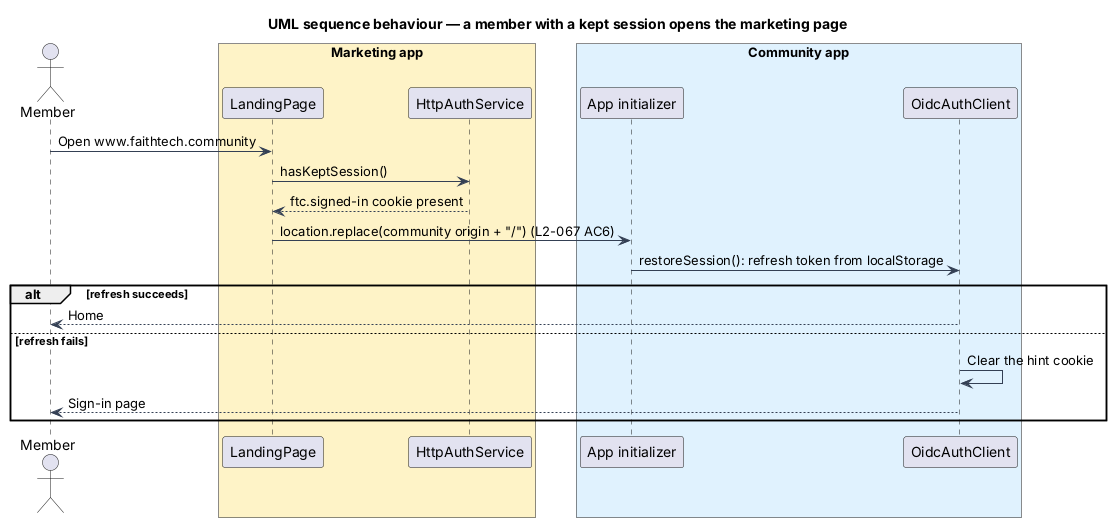
QuinntyneBrown/faithtech-community keeps this PlantUML diagram as docs/detailed-designs/marketing/landing-page/diagrams/sequence-signed-in-visitor.png. Above is the earlier version. The source it was exported from:
```plantuml
@startuml
title UML sequence behaviour — a member with a kept session opens the marketing page
skinparam backgroundColor #FFFFFF
skinparam shadowing false
skinparam defaultFontName Arial
skinparam ArrowColor #344054
actor "Member" as actor
box "Marketing app" #FEF3C7
  participant "LandingPage" as page
  participant "HttpAuthService" as auth
end box
box "Community app" #E0F2FE
  participant "App initializer" as init
  participant "OidcAuthClient" as client
end box
actor -> page : Open www.faithtech.community
page -> auth : hasKeptSession()
auth --> page : ftc.signed-in cookie present
page -> init : location.replace(community origin + "/") (L2-067 AC6)
init -> client : restoreSession(): refresh token from localStorage
alt refresh succeeds
  client --> actor : Home
else refresh fails
  client -> client : Clear the hint cookie
  client --> actor : Sign-in page
end
@enduml
```
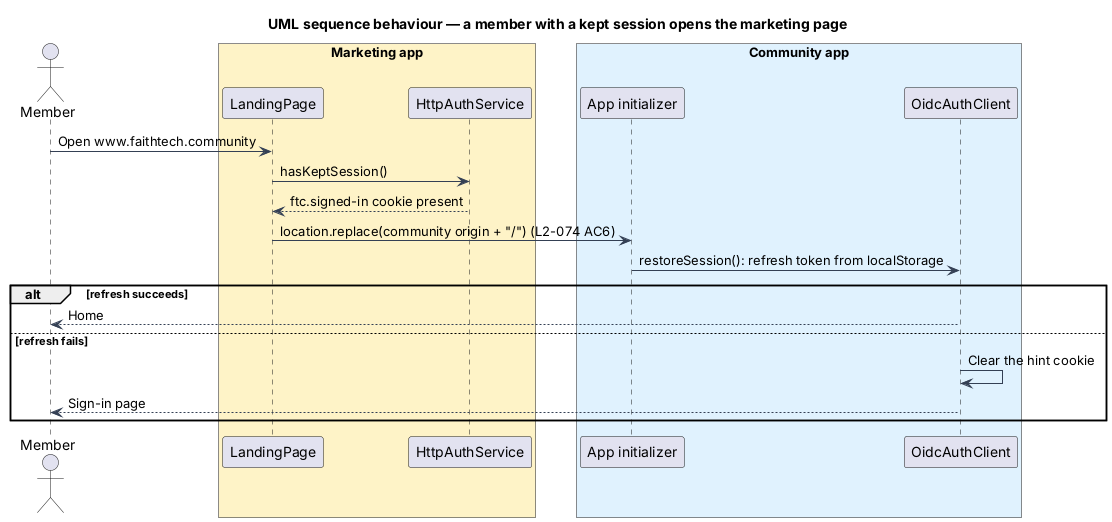
Above is the later version.

What changed in the source:
```diff
@@ -16,7 +16,7 @@
 actor -> page : Open www.faithtech.community
 page -> auth : hasKeptSession()
 auth --> page : ftc.signed-in cookie present
-page -> init : location.replace(community origin + "/") (L2-067 AC6)
+page -> init : location.replace(community origin + "/") (L2-074 AC6)
 init -> client : restoreSession(): refresh token from localStorage
 alt refresh succeeds
   client --> actor : Home
```
